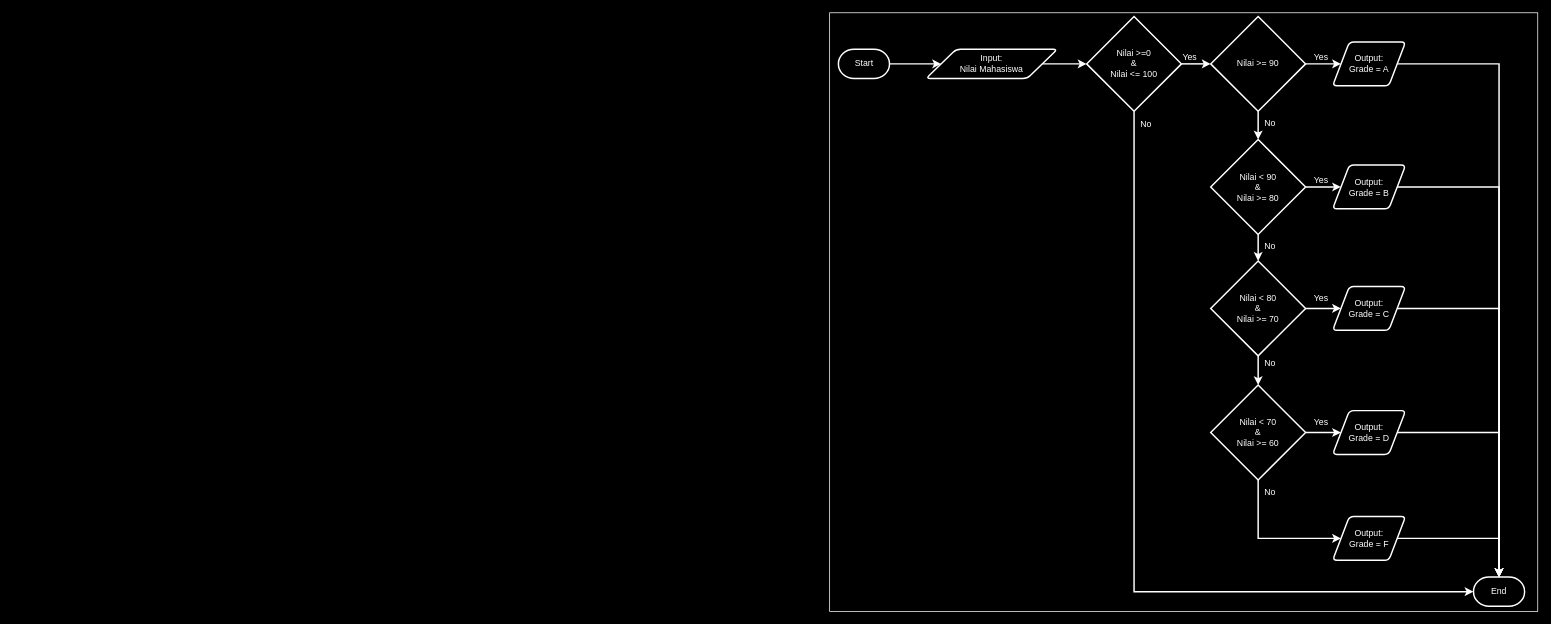
The draw.io diagram COMP6112036-S4-F01.drawio in danang-id/diagrams, before the edit. Source tidied: cells renumbered, new cells numbered last; positions are measured from the earlier drawing's top-left corner, leaving out a move shared by most shapes. Both pictures are drawn from the tidied source at 73%, with x=0, y=0 at pixel (829, 12).
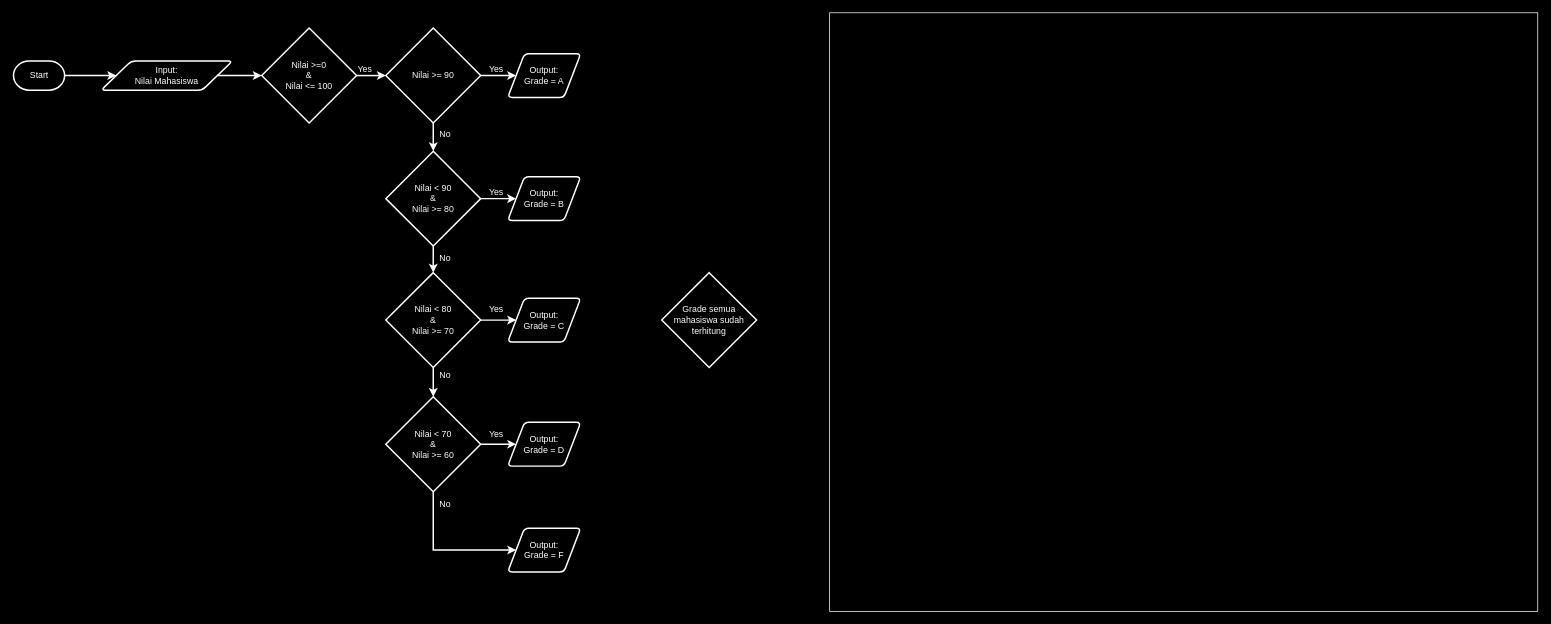
After the change.

Diff of the diagram source:
```diff
@@
-    <mxCell id="3" style="group;" parent="1" vertex="1">
-      <mxGeometry x="12" y="5" width="940" height="808" as="geometry" />
-    </mxCell>
-    <mxCell id="4" value="Start" style="strokeWidth=2;html=1;shape=mxgraph.flowchart.terminator;fillColor=#000000;fontColor=#FFFFFF;strokeColor=#FFFFFF;" parent="3" vertex="1">
-      <mxGeometry y="45" width="70" height="40" as="geometry" />
+    <mxCell id="4" value="Start" style="strokeWidth=2;html=1;shape=mxgraph.flowchart.terminator;fillColor=#000000;fontColor=#FFFFFF;strokeColor=#FFFFFF;" parent="1" vertex="1">
+      <mxGeometry x="-1118" y="66" width="70" height="40" as="geometry" />
     </mxCell>
-    <mxCell id="5" value="Input:&lt;br&gt;Nilai Mahasiswa" style="shape=parallelogram;html=1;strokeWidth=2;perimeter=parallelogramPerimeter;whiteSpace=wrap;rounded=1;arcSize=12;size=0.23;fillColor=#000000;strokeColor=#FFFFFF;fontColor=#FFFFFF;" parent="3" vertex="1">
-      <mxGeometry x="120" y="45" width="180" height="40" as="geometry" />
+    <mxCell id="5" value="Input:&lt;br&gt;Nilai Mahasiswa" style="shape=parallelogram;html=1;strokeWidth=2;perimeter=parallelogramPerimeter;whiteSpace=wrap;rounded=1;arcSize=12;size=0.23;fillColor=#000000;strokeColor=#FFFFFF;fontColor=#FFFFFF;" parent="1" vertex="1">
+      <mxGeometry x="-998" y="66" width="180" height="40" as="geometry" />
     </mxCell>
-    <mxCell id="6" style="edgeStyle=orthogonalEdgeStyle;rounded=0;jettySize=auto;html=1;fontSize=12;fillColor=#000000;strokeColor=#FFFFFF;fontColor=#FFFFFF;strokeWidth=2;" parent="3" edge="1" source="4" target="5">
+    <mxCell id="6" style="edgeStyle=orthogonalEdgeStyle;rounded=0;jettySize=auto;html=1;fontSize=12;fillColor=#000000;strokeColor=#FFFFFF;fontColor=#FFFFFF;strokeWidth=2;" parent="1" edge="1" source="4" target="5">
       <mxGeometry relative="1" as="geometry" />
     </mxCell>
-    <mxCell id="7" value="Nilai &amp;gt;=0&lt;br&gt;&amp;amp;&lt;br&gt;Nilai &amp;lt;= 100" style="strokeWidth=2;html=1;shape=mxgraph.flowchart.decision;whiteSpace=wrap;fillColor=#000000;strokeColor=#FFFFFF;fontColor=#FFFFFF;" parent="3" vertex="1">
-      <mxGeometry x="340" width="130" height="130" as="geometry" />
+    <mxCell id="7" value="Nilai &amp;gt;=0&lt;br&gt;&amp;amp;&lt;br&gt;Nilai &amp;lt;= 100" style="strokeWidth=2;html=1;shape=mxgraph.flowchart.decision;whiteSpace=wrap;fillColor=#000000;strokeColor=#FFFFFF;fontColor=#FFFFFF;" parent="1" vertex="1">
+      <mxGeometry x="-778" y="21" width="130" height="130" as="geometry" />
     </mxCell>
-    <mxCell id="8" style="edgeStyle=orthogonalEdgeStyle;rounded=0;jettySize=auto;html=1;fontSize=12;fillColor=#000000;strokeColor=#FFFFFF;fontColor=#FFFFFF;strokeWidth=2;" parent="3" edge="1" source="5" target="7">
+    <mxCell id="8" style="edgeStyle=orthogonalEdgeStyle;rounded=0;jettySize=auto;html=1;fontSize=12;fillColor=#000000;strokeColor=#FFFFFF;fontColor=#FFFFFF;strokeWidth=2;" parent="1" edge="1" source="5" target="7">
       <mxGeometry relative="1" as="geometry" />
     </mxCell>
-    <mxCell id="9" value="Nilai &amp;gt;= 90" style="strokeWidth=2;html=1;shape=mxgraph.flowchart.decision;whiteSpace=wrap;fillColor=#000000;strokeColor=#FFFFFF;fontColor=#FFFFFF;" parent="3" vertex="1">
-      <mxGeometry x="510" width="130" height="130" as="geometry" />
+    <mxCell id="9" value="Nilai &amp;gt;= 90" style="strokeWidth=2;html=1;shape=mxgraph.flowchart.decision;whiteSpace=wrap;fillColor=#000000;strokeColor=#FFFFFF;fontColor=#FFFFFF;" parent="1" vertex="1">
+      <mxGeometry x="-608" y="21" width="130" height="130" as="geometry" />
     </mxCell>
-    <mxCell id="10" style="edgeStyle=orthogonalEdgeStyle;rounded=0;jettySize=auto;html=1;fontSize=12;fillColor=#000000;strokeColor=#FFFFFF;fontColor=#FFFFFF;strokeWidth=2;" parent="3" edge="1" source="7" target="9">
+    <mxCell id="10" style="edgeStyle=orthogonalEdgeStyle;rounded=0;jettySize=auto;html=1;fontSize=12;fillColor=#000000;strokeColor=#FFFFFF;fontColor=#FFFFFF;strokeWidth=2;" parent="1" edge="1" source="7" target="9">
       <mxGeometry relative="1" as="geometry" />
     </mxCell>
@@
-    <mxCell id="12" value="Output:&lt;br&gt;Grade = A" style="shape=parallelogram;html=1;strokeWidth=2;perimeter=parallelogramPerimeter;whiteSpace=wrap;rounded=1;arcSize=12;size=0.23;fillColor=#000000;strokeColor=#FFFFFF;fontColor=#FFFFFF;" parent="3" vertex="1">
-      <mxGeometry x="677" y="35" width="100" height="60" as="geometry" />
+    <mxCell id="12" value="Output:&lt;br&gt;Grade = A" style="shape=parallelogram;html=1;strokeWidth=2;perimeter=parallelogramPerimeter;whiteSpace=wrap;rounded=1;arcSize=12;size=0.23;fillColor=#000000;strokeColor=#FFFFFF;fontColor=#FFFFFF;" parent="1" vertex="1">
+      <mxGeometry x="-441" y="56" width="100" height="60" as="geometry" />
     </mxCell>
-    <mxCell id="13" style="edgeStyle=orthogonalEdgeStyle;rounded=0;jettySize=auto;html=1;fontSize=12;fillColor=#000000;strokeColor=#FFFFFF;fontColor=#FFFFFF;strokeWidth=2;" parent="3" edge="1" source="9" target="12">
+    <mxCell id="13" style="edgeStyle=orthogonalEdgeStyle;rounded=0;jettySize=auto;html=1;fontSize=12;fillColor=#000000;strokeColor=#FFFFFF;fontColor=#FFFFFF;strokeWidth=2;" parent="1" edge="1" source="9" target="12">
       <mxGeometry relative="1" as="geometry" />
     </mxCell>
@@
-    <mxCell id="15" value="Nilai &amp;lt; 90&lt;br&gt;&amp;amp;&lt;br&gt;Nilai &amp;gt;= 80" style="strokeWidth=2;html=1;shape=mxgraph.flowchart.decision;whiteSpace=wrap;fillColor=#000000;strokeColor=#FFFFFF;fontColor=#FFFFFF;" parent="3" vertex="1">
-      <mxGeometry x="510" y="168.6" width="130" height="130" as="geometry" />
+    <mxCell id="15" value="Nilai &amp;lt; 90&lt;br&gt;&amp;amp;&lt;br&gt;Nilai &amp;gt;= 80" style="strokeWidth=2;html=1;shape=mxgraph.flowchart.decision;whiteSpace=wrap;fillColor=#000000;strokeColor=#FFFFFF;fontColor=#FFFFFF;" parent="1" vertex="1">
+      <mxGeometry x="-608" y="189.6" width="130" height="130" as="geometry" />
     </mxCell>
-    <mxCell id="16" style="edgeStyle=orthogonalEdgeStyle;rounded=0;jettySize=auto;html=1;fontSize=12;fillColor=#000000;strokeColor=#FFFFFF;fontColor=#FFFFFF;strokeWidth=2;" parent="3" edge="1" source="9" target="15">
+    <mxCell id="16" style="edgeStyle=orthogonalEdgeStyle;rounded=0;jettySize=auto;html=1;fontSize=12;fillColor=#000000;strokeColor=#FFFFFF;fontColor=#FFFFFF;strokeWidth=2;" parent="1" edge="1" source="9" target="15">
       <mxGeometry relative="1" as="geometry" />
     </mxCell>
@@
-    <mxCell id="18" value="Output:&lt;br&gt;Grade = B" style="shape=parallelogram;html=1;strokeWidth=2;perimeter=parallelogramPerimeter;whiteSpace=wrap;rounded=1;arcSize=12;size=0.23;fillColor=#000000;strokeColor=#FFFFFF;fontColor=#FFFFFF;" parent="3" vertex="1">
-      <mxGeometry x="677" y="203.6" width="100" height="60" as="geometry" />
+    <mxCell id="18" value="Output:&lt;br&gt;Grade = B" style="shape=parallelogram;html=1;strokeWidth=2;perimeter=parallelogramPerimeter;whiteSpace=wrap;rounded=1;arcSize=12;size=0.23;fillColor=#000000;strokeColor=#FFFFFF;fontColor=#FFFFFF;" parent="1" vertex="1">
+      <mxGeometry x="-441" y="224.6" width="100" height="60" as="geometry" />
     </mxCell>
-    <mxCell id="19" style="edgeStyle=orthogonalEdgeStyle;rounded=0;jettySize=auto;html=1;fontSize=12;fillColor=#000000;strokeColor=#FFFFFF;fontColor=#FFFFFF;strokeWidth=2;" parent="3" edge="1" source="15" target="18">
+    <mxCell id="19" style="edgeStyle=orthogonalEdgeStyle;rounded=0;jettySize=auto;html=1;fontSize=12;fillColor=#000000;strokeColor=#FFFFFF;fontColor=#FFFFFF;strokeWidth=2;" parent="1" edge="1" source="15" target="18">
       <mxGeometry relative="1" as="geometry" />
     </mxCell>
@@
-    <mxCell id="21" value="Nilai &amp;lt; 80&lt;br&gt;&amp;amp;&lt;br&gt;Nilai &amp;gt;= 70" style="strokeWidth=2;html=1;shape=mxgraph.flowchart.decision;whiteSpace=wrap;fillColor=#000000;strokeColor=#FFFFFF;fontColor=#FFFFFF;" parent="3" vertex="1">
-      <mxGeometry x="510" y="335" width="130" height="130" as="geometry" />
+    <mxCell id="21" value="Nilai &amp;lt; 80&lt;br&gt;&amp;amp;&lt;br&gt;Nilai &amp;gt;= 70" style="strokeWidth=2;html=1;shape=mxgraph.flowchart.decision;whiteSpace=wrap;fillColor=#000000;strokeColor=#FFFFFF;fontColor=#FFFFFF;" parent="1" vertex="1">
+      <mxGeometry x="-608" y="356" width="130" height="130" as="geometry" />
     </mxCell>
-    <mxCell id="22" style="edgeStyle=orthogonalEdgeStyle;rounded=0;jettySize=auto;html=1;fontSize=12;fillColor=#000000;strokeColor=#FFFFFF;fontColor=#FFFFFF;strokeWidth=2;" parent="3" edge="1" source="15" target="21">
+    <mxCell id="22" style="edgeStyle=orthogonalEdgeStyle;rounded=0;jettySize=auto;html=1;fontSize=12;fillColor=#000000;strokeColor=#FFFFFF;fontColor=#FFFFFF;strokeWidth=2;" parent="1" edge="1" source="15" target="21">
       <mxGeometry relative="1" as="geometry" />
     </mxCell>
@@
+    <mxCell id="44" style="edgeStyle=orthogonalEdgeStyle;rounded=0;jettySize=auto;html=1;" parent="1" edge="1" source="24" target="49">
+      <mxGeometry relative="1" as="geometry" />
+    </mxCell>
+    <mxCell id="45" style="edgeStyle=orthogonalEdgeStyle;rounded=0;jettySize=auto;html=1;exitX=1;exitY=0.5;exitDx=0;exitDy=0;" parent="1" edge="1" source="24" target="49">
+      <mxGeometry relative="1" as="geometry" />
+    </mxCell>
+    <mxCell id="46" style="edgeStyle=orthogonalEdgeStyle;rounded=0;jettySize=auto;html=1;exitX=1;exitY=0.5;exitDx=0;exitDy=0;" parent="1" edge="1" source="24" target="49">
+      <mxGeometry relative="1" as="geometry" />
+    </mxCell>
+    <mxCell id="47" style="edgeStyle=orthogonalEdgeStyle;rounded=0;jettySize=auto;html=1;exitX=1;exitY=0.5;exitDx=0;exitDy=0;entryX=0;entryY=0.5;entryDx=0;entryDy=0;entryPerimeter=0;" parent="1" edge="1" source="24" target="49">
+      <mxGeometry relative="1" as="geometry" />
+    </mxCell>
+    <mxCell id="48" style="edgeStyle=orthogonalEdgeStyle;rounded=0;jettySize=auto;html=1;exitX=1;exitY=0.5;exitDx=0;exitDy=0;" parent="1" edge="1" source="24">
+      <mxGeometry relative="1" as="geometry">
+        <mxPoint x="-230" y="421.2" as="targetPoint" />
+      </mxGeometry>
+    </mxCell>
-    <mxCell id="24" value="Output:&lt;br&gt;Grade = C" style="shape=parallelogram;html=1;strokeWidth=2;perimeter=parallelogramPerimeter;whiteSpace=wrap;rounded=1;arcSize=12;size=0.23;fillColor=#000000;strokeColor=#FFFFFF;fontColor=#FFFFFF;" parent="3" vertex="1">
-      <mxGeometry x="677" y="370" width="100" height="60" as="geometry" />
+    <mxCell id="24" value="Output:&lt;br&gt;Grade = C" style="shape=parallelogram;html=1;strokeWidth=2;perimeter=parallelogramPerimeter;whiteSpace=wrap;rounded=1;arcSize=12;size=0.23;fillColor=#000000;strokeColor=#FFFFFF;fontColor=#FFFFFF;" parent="1" vertex="1">
+      <mxGeometry x="-441" y="391" width="100" height="60" as="geometry" />
     </mxCell>
-    <mxCell id="25" style="edgeStyle=orthogonalEdgeStyle;rounded=0;jettySize=auto;html=1;fontSize=12;fillColor=#000000;strokeColor=#FFFFFF;fontColor=#FFFFFF;strokeWidth=2;" parent="3" edge="1" source="21" target="24">
+    <mxCell id="25" style="edgeStyle=orthogonalEdgeStyle;rounded=0;jettySize=auto;html=1;fontSize=12;fillColor=#000000;strokeColor=#FFFFFF;fontColor=#FFFFFF;strokeWidth=2;" parent="1" edge="1" source="21" target="24">
       <mxGeometry relative="1" as="geometry" />
     </mxCell>
@@
-    <mxCell id="27" value="Nilai &amp;lt; 70&lt;br&gt;&amp;amp;&lt;br&gt;Nilai &amp;gt;= 60" style="strokeWidth=2;html=1;shape=mxgraph.flowchart.decision;whiteSpace=wrap;fillColor=#000000;strokeColor=#FFFFFF;fontColor=#FFFFFF;" parent="3" vertex="1">
-      <mxGeometry x="510" y="505" width="130" height="130" as="geometry" />
+    <mxCell id="27" value="Nilai &amp;lt; 70&lt;br&gt;&amp;amp;&lt;br&gt;Nilai &amp;gt;= 60" style="strokeWidth=2;html=1;shape=mxgraph.flowchart.decision;whiteSpace=wrap;fillColor=#000000;strokeColor=#FFFFFF;fontColor=#FFFFFF;" parent="1" vertex="1">
+      <mxGeometry x="-608" y="526" width="130" height="130" as="geometry" />
     </mxCell>
-    <mxCell id="28" style="edgeStyle=orthogonalEdgeStyle;rounded=0;jettySize=auto;html=1;fontSize=12;fillColor=#000000;strokeColor=#FFFFFF;fontColor=#FFFFFF;strokeWidth=2;" parent="3" edge="1" source="21" target="27">
+    <mxCell id="28" style="edgeStyle=orthogonalEdgeStyle;rounded=0;jettySize=auto;html=1;fontSize=12;fillColor=#000000;strokeColor=#FFFFFF;fontColor=#FFFFFF;strokeWidth=2;" parent="1" edge="1" source="21" target="27">
       <mxGeometry relative="1" as="geometry" />
     </mxCell>
@@
-    <mxCell id="30" value="Output:&lt;br&gt;Grade = D" style="shape=parallelogram;html=1;strokeWidth=2;perimeter=parallelogramPerimeter;whiteSpace=wrap;rounded=1;arcSize=12;size=0.23;fillColor=#000000;strokeColor=#FFFFFF;fontColor=#FFFFFF;" parent="3" vertex="1">
-      <mxGeometry x="677" y="540" width="100" height="60" as="geometry" />
+    <mxCell id="30" value="Output:&lt;br&gt;Grade = D" style="shape=parallelogram;html=1;strokeWidth=2;perimeter=parallelogramPerimeter;whiteSpace=wrap;rounded=1;arcSize=12;size=0.23;fillColor=#000000;strokeColor=#FFFFFF;fontColor=#FFFFFF;" parent="1" vertex="1">
+      <mxGeometry x="-441" y="561" width="100" height="60" as="geometry" />
     </mxCell>
-    <mxCell id="31" style="edgeStyle=orthogonalEdgeStyle;rounded=0;jettySize=auto;html=1;fontSize=12;fillColor=#000000;strokeColor=#FFFFFF;fontColor=#FFFFFF;strokeWidth=2;" parent="3" edge="1" source="27" target="30">
+    <mxCell id="31" style="edgeStyle=orthogonalEdgeStyle;rounded=0;jettySize=auto;html=1;fontSize=12;fillColor=#000000;strokeColor=#FFFFFF;fontColor=#FFFFFF;strokeWidth=2;" parent="1" edge="1" source="27" target="30">
       <mxGeometry relative="1" as="geometry" />
     </mxCell>
@@
-    <mxCell id="33" value="Output:&lt;br&gt;Grade = F" style="shape=parallelogram;html=1;strokeWidth=2;perimeter=parallelogramPerimeter;whiteSpace=wrap;rounded=1;arcSize=12;size=0.23;fillColor=#000000;strokeColor=#FFFFFF;fontColor=#FFFFFF;" parent="3" vertex="1">
-      <mxGeometry x="677" y="685" width="100" height="60" as="geometry" />
+    <mxCell id="33" value="Output:&lt;br&gt;Grade = F" style="shape=parallelogram;html=1;strokeWidth=2;perimeter=parallelogramPerimeter;whiteSpace=wrap;rounded=1;arcSize=12;size=0.23;fillColor=#000000;strokeColor=#FFFFFF;fontColor=#FFFFFF;" parent="1" vertex="1">
+      <mxGeometry x="-441" y="706" width="100" height="60" as="geometry" />
     </mxCell>
-    <mxCell id="34" style="edgeStyle=orthogonalEdgeStyle;rounded=0;jettySize=auto;html=1;exitX=0.5;exitY=1;exitDx=0;exitDy=0;exitPerimeter=0;entryX=0;entryY=0.5;entryDx=0;entryDy=0;fontSize=12;fillColor=#000000;strokeColor=#FFFFFF;fontColor=#FFFFFF;strokeWidth=2;" parent="3" edge="1" source="27" target="33">
+    <mxCell id="34" style="edgeStyle=orthogonalEdgeStyle;rounded=0;jettySize=auto;html=1;exitX=0.5;exitY=1;exitDx=0;exitDy=0;exitPerimeter=0;entryX=0;entryY=0.5;entryDx=0;entryDy=0;fontSize=12;fillColor=#000000;strokeColor=#FFFFFF;fontColor=#FFFFFF;strokeWidth=2;" parent="1" edge="1" source="27" target="33">
       <mxGeometry relative="1" as="geometry">
         <Array as="points">
-          <mxPoint x="575" y="715" />
+          <mxPoint x="-543" y="736" />
         </Array>
       </mxGeometry>
     </mxCell>
@@
-    <mxCell id="36" value="End" style="strokeWidth=2;html=1;shape=mxgraph.flowchart.terminator;whiteSpace=wrap;fillColor=#000000;strokeColor=#FFFFFF;fontColor=#FFFFFF;" parent="3" vertex="1">
-      <mxGeometry x="870" y="768" width="70" height="40" as="geometry" />
-    </mxCell>
-    <mxCell id="37" style="edgeStyle=orthogonalEdgeStyle;rounded=0;jettySize=auto;html=1;exitX=0.5;exitY=1;exitDx=0;exitDy=0;exitPerimeter=0;entryX=0;entryY=0.5;entryDx=0;entryDy=0;entryPerimeter=0;fontSize=12;fillColor=#000000;strokeColor=#FFFFFF;fontColor=#FFFFFF;strokeWidth=2;" parent="3" edge="1" source="7" target="36">
-      <mxGeometry relative="1" as="geometry" />
-    </mxCell>
-    <mxCell id="38" value="No" style="edgeLabel;html=1;align=center;verticalAlign=middle;fontSize=12;fillColor=#000000;strokeColor=#FFFFFF;fontColor=#FFFFFF;strokeWidth=2;labelBackgroundColor=none;" parent="37" vertex="1">
-      <mxGeometry x="-0.96" y="-2" relative="1" as="geometry">
-        <mxPoint x="17" y="-5" as="offset" />
-      </mxGeometry>
-    </mxCell>
-    <mxCell id="39" style="edgeStyle=orthogonalEdgeStyle;rounded=0;jettySize=auto;html=1;exitX=1;exitY=0.5;exitDx=0;exitDy=0;entryX=0.5;entryY=0;entryDx=0;entryDy=0;entryPerimeter=0;fontSize=12;fillColor=#000000;strokeColor=#FFFFFF;fontColor=#FFFFFF;strokeWidth=2;" parent="3" edge="1" source="12" target="36">
-      <mxGeometry relative="1" as="geometry" />
-    </mxCell>
-    <mxCell id="40" style="edgeStyle=orthogonalEdgeStyle;rounded=0;jettySize=auto;html=1;exitX=1;exitY=0.5;exitDx=0;exitDy=0;fontSize=12;fillColor=#000000;strokeColor=#FFFFFF;fontColor=#FFFFFF;strokeWidth=2;" parent="3" edge="1" source="18" target="36">
-      <mxGeometry relative="1" as="geometry" />
-    </mxCell>
-    <mxCell id="41" style="edgeStyle=orthogonalEdgeStyle;rounded=0;jettySize=auto;html=1;exitX=1;exitY=0.5;exitDx=0;exitDy=0;entryX=0.5;entryY=0;entryDx=0;entryDy=0;entryPerimeter=0;fontSize=12;fillColor=#000000;strokeColor=#FFFFFF;fontColor=#FFFFFF;strokeWidth=2;" parent="3" edge="1" source="24" target="36">
-      <mxGeometry relative="1" as="geometry" />
-    </mxCell>
-    <mxCell id="42" style="edgeStyle=orthogonalEdgeStyle;rounded=0;jettySize=auto;html=1;exitX=1;exitY=0.5;exitDx=0;exitDy=0;entryX=0.5;entryY=0;entryDx=0;entryDy=0;entryPerimeter=0;fontSize=12;fillColor=#000000;strokeColor=#FFFFFF;fontColor=#FFFFFF;strokeWidth=2;" parent="3" edge="1" source="30" target="36">
-      <mxGeometry relative="1" as="geometry" />
-    </mxCell>
-    <mxCell id="43" style="edgeStyle=orthogonalEdgeStyle;rounded=0;jettySize=auto;html=1;exitX=1;exitY=0.5;exitDx=0;exitDy=0;entryX=0.5;entryY=0;entryDx=0;entryDy=0;entryPerimeter=0;fontSize=12;fillColor=#000000;strokeColor=#FFFFFF;fontColor=#FFFFFF;strokeWidth=2;" parent="3" edge="1" source="33" target="36">
-      <mxGeometry relative="1" as="geometry" />
-    </mxCell>
+    <mxCell id="49" value="Grade semua mahasiswa sudah terhitung" style="strokeWidth=2;html=1;shape=mxgraph.flowchart.decision;whiteSpace=wrap;fillColor=#000000;strokeColor=#FFFFFF;fontColor=#FFFFFF;" parent="1" vertex="1">
+      <mxGeometry x="-230" y="356" width="130" height="130" as="geometry" />
+    </mxCell>
```
